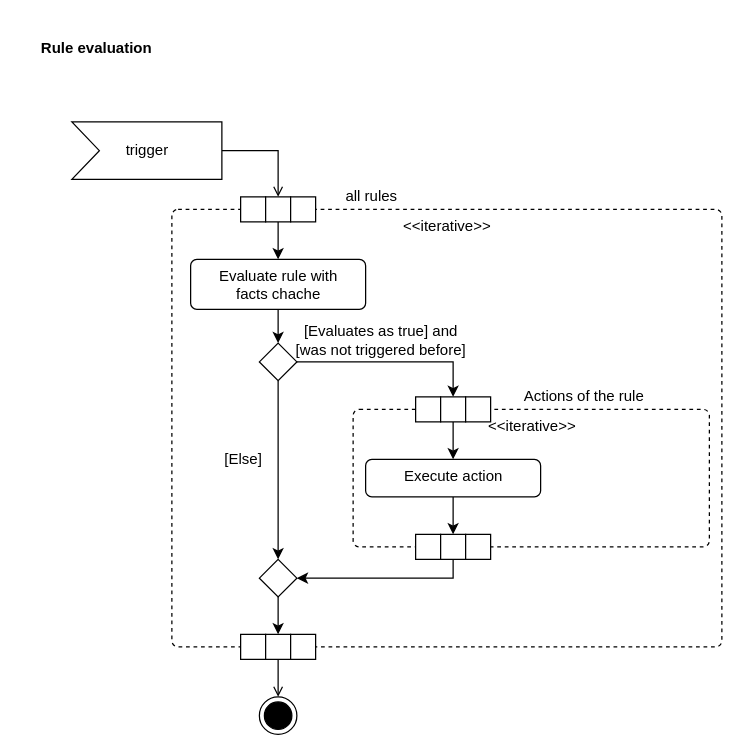
Before: RuleEvaluation.drawio in frozzenshooter/LoRaParkAppDocumentation, a draw.io diagram. Source tidied: cells renumbered, new cells numbered last; positions are measured from the earlier drawing's top-left corner, leaving out a move shared by most shapes. Both pictures are drawn from the tidied source at 125%, with x=0, y=0 at pixel (21, 21).
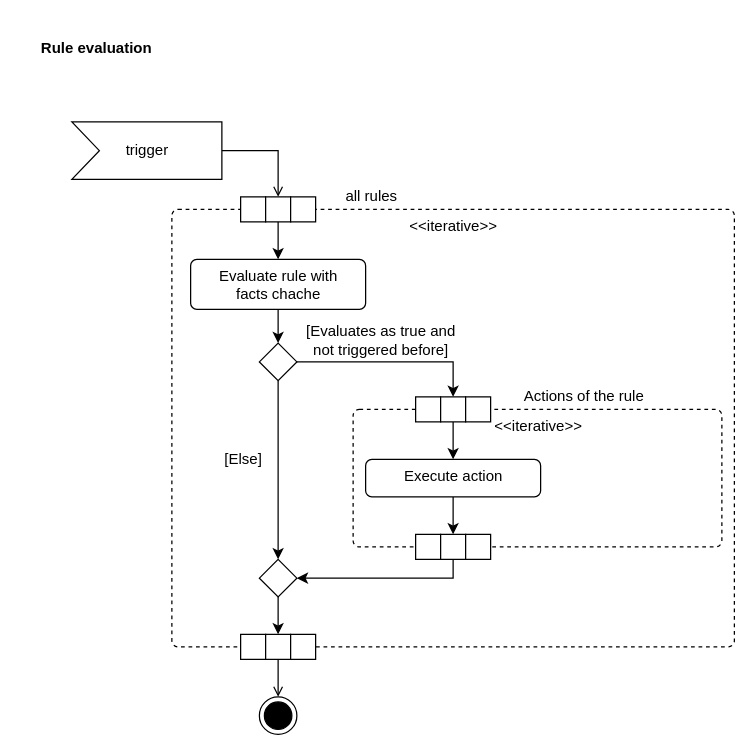
The same diagram, later.

The edit, as a diff of the source:
```diff
@@
     <mxCell id="7" value="&amp;lt;&amp;lt;iterative&amp;gt;&amp;gt;" style="html=1;align=center;verticalAlign=top;rounded=1;absoluteArcSize=1;arcSize=10;dashed=1;" parent="1" vertex="1">
-      <mxGeometry x="120" y="150" width="440" height="350" as="geometry" />
+      <mxGeometry x="120" y="150" width="450" height="350" as="geometry" />
     </mxCell>
@@
     <mxCell id="22" value="&amp;lt;&amp;lt;iterative&amp;gt;&amp;gt;" style="html=1;align=center;verticalAlign=top;rounded=1;absoluteArcSize=1;arcSize=10;dashed=1;" parent="1" vertex="1">
-      <mxGeometry x="265" y="310" width="285" height="110" as="geometry" />
+      <mxGeometry x="265" y="310" width="295" height="110" as="geometry" />
     </mxCell>
@@
-    <mxCell id="31" value="[Evaluates as true] and &lt;br&gt;[was not triggered before]" style="text;html=1;strokeColor=none;fillColor=none;align=center;verticalAlign=middle;whiteSpace=wrap;rounded=0;" parent="1" vertex="1">
+    <mxCell id="31" value="[Evaluates as true and &lt;br&gt;not triggered before]" style="text;html=1;strokeColor=none;fillColor=none;align=center;verticalAlign=middle;whiteSpace=wrap;rounded=0;" parent="1" vertex="1">
       <mxGeometry x="215" y="240" width="145" height="30" as="geometry" />
     </mxCell>
```
